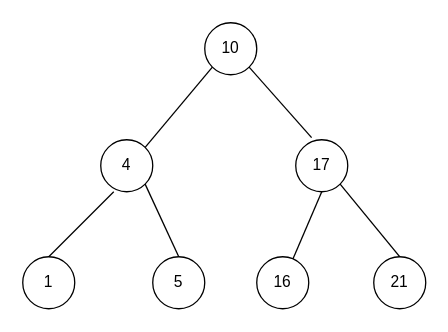
Before: Untitled Diagram.drawio in hsinyuwww/React-Amazon-Clone, a draw.io diagram. Source tidied: cells renumbered, new cells numbered last; positions are measured from the earlier drawing's top-left corner, leaving out a move shared by most shapes. Both pictures are drawn from the tidied source at 130%, with x=0, y=0 at pixel (22, 22).
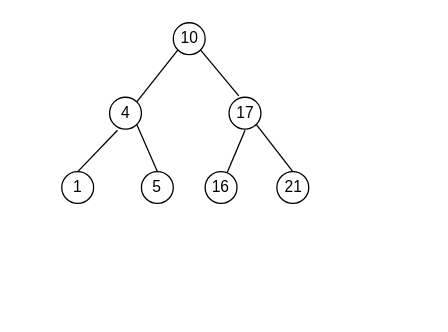
The same page after the edit.

Change to the diagram source:
```diff
@@
 <mxGraphModel>
   <root>
     <mxCell id="0" />
     <mxCell id="1" parent="0" />
+    <mxCell id="15" style="group;" parent="1" vertex="1">
+      <mxGeometry x="30" width="190" height="140" as="geometry" />
+    </mxCell>
-    <mxCell id="2" value="10" style="ellipse;whiteSpace=wrap;html=1;" parent="1" vertex="1">
-      <mxGeometry x="140" width="40" height="40" as="geometry" />
+    <mxCell id="2" value="10" style="ellipse;whiteSpace=wrap;html=1;" parent="15" vertex="1">
+      <mxGeometry x="85.8" width="24.5" height="24.5" as="geometry" />
     </mxCell>
-    <mxCell id="3" value="4" style="ellipse;whiteSpace=wrap;html=1;" parent="1" vertex="1">
-      <mxGeometry x="60" y="90" width="40" height="40" as="geometry" />
+    <mxCell id="3" value="4" style="ellipse;whiteSpace=wrap;html=1;" parent="15" vertex="1">
+      <mxGeometry x="36.8" y="57.3" width="24.5" height="24.5" as="geometry" />
     </mxCell>
-    <mxCell id="4" value="1" style="ellipse;whiteSpace=wrap;html=1;" parent="1" vertex="1">
-      <mxGeometry y="180" width="40" height="40" as="geometry" />
+    <mxCell id="4" value="1" style="ellipse;whiteSpace=wrap;html=1;" parent="15" vertex="1">
+      <mxGeometry y="114.5" width="24.5" height="24.5" as="geometry" />
     </mxCell>
-    <mxCell id="5" value="5" style="ellipse;whiteSpace=wrap;html=1;" parent="1" vertex="1">
-      <mxGeometry x="100" y="180" width="40" height="40" as="geometry" />
+    <mxCell id="5" value="5" style="ellipse;whiteSpace=wrap;html=1;" parent="15" vertex="1">
+      <mxGeometry x="61.3" y="114.5" width="24.5" height="24.5" as="geometry" />
     </mxCell>
-    <mxCell id="6" style="endArrow=none;html=1;rounded=0;exitX=1;exitY=0;exitDx=0;exitDy=0;entryX=0;entryY=1;entryDx=0;entryDy=0;" parent="1" edge="1" source="3" target="2">
+    <mxCell id="6" style="endArrow=none;html=1;rounded=0;exitX=1;exitY=0;exitDx=0;exitDy=0;entryX=0;entryY=1;entryDx=0;entryDy=0;" parent="15" edge="1" source="3" target="2">
       <mxGeometry relative="1" as="geometry" />
     </mxCell>
-    <mxCell id="7" style="endArrow=none;html=1;rounded=0;" parent="1" edge="1">
+    <mxCell id="7" style="endArrow=none;html=1;rounded=0;" parent="15" edge="1">
       <mxGeometry relative="1" as="geometry">
-        <mxPoint x="20" y="180" as="sourcePoint" />
-        <mxPoint x="70" y="130" as="targetPoint" />
+        <mxPoint x="12.3" y="114.5" as="sourcePoint" />
+        <mxPoint x="42.9" y="82.7" as="targetPoint" />
       </mxGeometry>
     </mxCell>
-    <mxCell id="8" style="endArrow=none;html=1;rounded=0;entryX=1;entryY=1;entryDx=0;entryDy=0;exitX=0.5;exitY=0;exitDx=0;exitDy=0;" parent="1" edge="1" source="5" target="3">
+    <mxCell id="8" style="endArrow=none;html=1;rounded=0;entryX=1;entryY=1;entryDx=0;entryDy=0;exitX=0.5;exitY=0;exitDx=0;exitDy=0;" parent="15" edge="1" source="5" target="3">
       <mxGeometry relative="1" as="geometry" />
     </mxCell>
-    <mxCell id="9" value="17" style="ellipse;whiteSpace=wrap;html=1;" parent="1" vertex="1">
-      <mxGeometry x="210" y="90" width="40" height="40" as="geometry" />
+    <mxCell id="9" value="17" style="ellipse;whiteSpace=wrap;html=1;" parent="15" vertex="1">
+      <mxGeometry x="128.7" y="57.3" width="24.5" height="24.5" as="geometry" />
     </mxCell>
-    <mxCell id="10" value="16" style="ellipse;whiteSpace=wrap;html=1;" parent="1" vertex="1">
-      <mxGeometry x="180" y="180" width="40" height="40" as="geometry" />
+    <mxCell id="10" value="16" style="ellipse;whiteSpace=wrap;html=1;" parent="15" vertex="1">
+      <mxGeometry x="110.3" y="114.5" width="24.5" height="24.5" as="geometry" />
     </mxCell>
-    <mxCell id="11" value="21" style="ellipse;whiteSpace=wrap;html=1;" parent="1" vertex="1">
-      <mxGeometry x="270" y="180" width="40" height="40" as="geometry" />
+    <mxCell id="11" value="21" style="ellipse;whiteSpace=wrap;html=1;" parent="15" vertex="1">
+      <mxGeometry x="165.5" y="114.5" width="24.5" height="24.5" as="geometry" />
     </mxCell>
-    <mxCell id="12" style="endArrow=none;html=1;rounded=0;exitX=0.305;exitY=-0.041;exitDx=0;exitDy=0;exitPerimeter=0;entryX=1;entryY=1;entryDx=0;entryDy=0;" parent="1" edge="1" source="9" target="2">
+    <mxCell id="12" style="endArrow=none;html=1;rounded=0;exitX=0.305;exitY=-0.041;exitDx=0;exitDy=0;exitPerimeter=0;entryX=1;entryY=1;entryDx=0;entryDy=0;" parent="15" edge="1" source="9" target="2">
       <mxGeometry relative="1" as="geometry" />
     </mxCell>
-    <mxCell id="13" style="endArrow=none;html=1;rounded=0;" parent="1" edge="1" source="10">
+    <mxCell id="13" style="endArrow=none;html=1;rounded=0;" parent="15" edge="1" source="10">
       <mxGeometry relative="1" as="geometry">
-        <mxPoint x="230" y="130" as="targetPoint" />
+        <mxPoint x="141" y="82.7" as="targetPoint" />
       </mxGeometry>
     </mxCell>
-    <mxCell id="14" style="endArrow=none;html=1;rounded=0;entryX=1;entryY=1;entryDx=0;entryDy=0;exitX=0.5;exitY=0;exitDx=0;exitDy=0;" parent="1" edge="1" source="11" target="9">
+    <mxCell id="14" style="endArrow=none;html=1;rounded=0;entryX=1;entryY=1;entryDx=0;entryDy=0;exitX=0.5;exitY=0;exitDx=0;exitDy=0;" parent="15" edge="1" source="11" target="9">
       <mxGeometry relative="1" as="geometry" />
     </mxCell>
   </root>
 </mxGraphModel>
```
